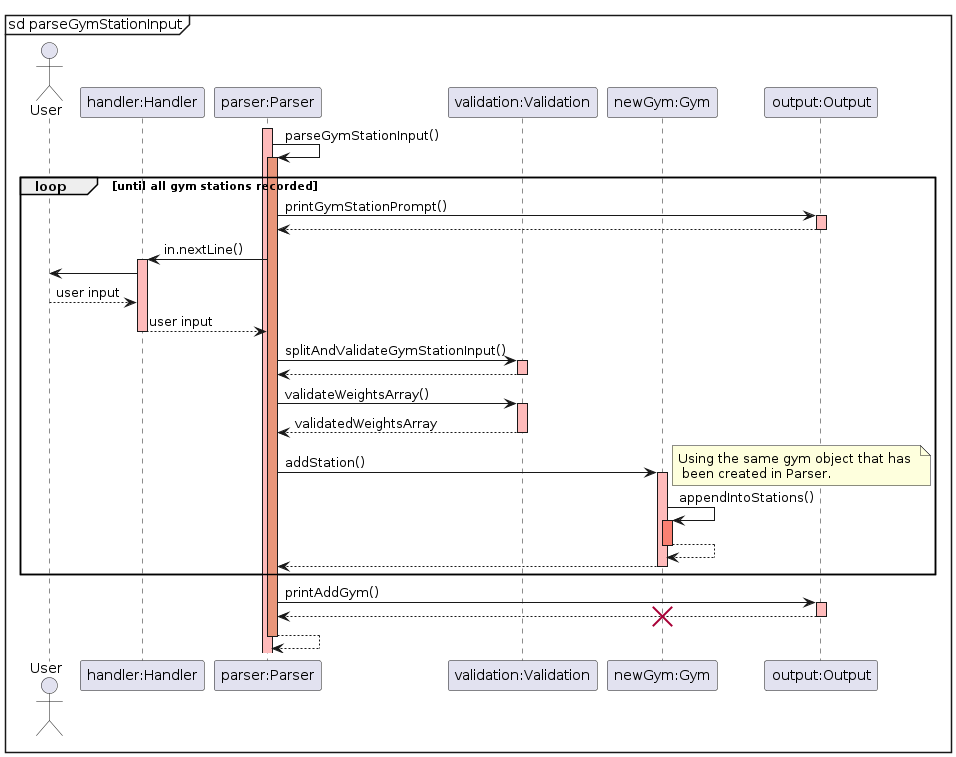
Above: docs/img/sequence_diagrams/gym_station_sequence_diagram.png in rouvinerh/tp (PlantUML), before the change.
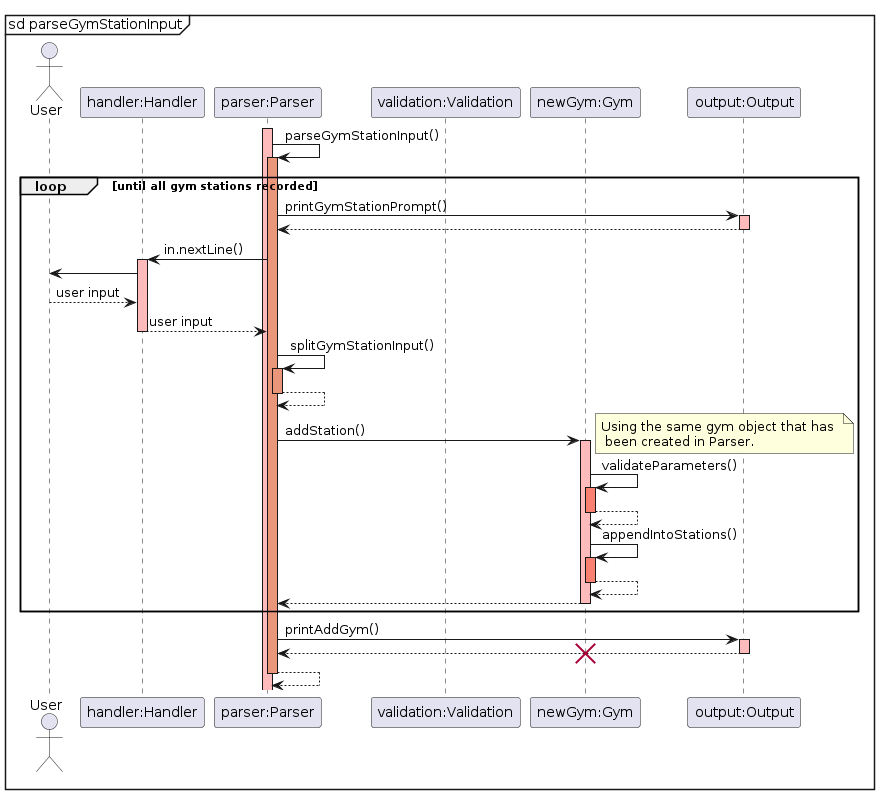
The same file after the commit.

Commit message:
modify seq diagram

Change to the diagram source:
```diff
@@ -22,18 +22,22 @@
             User --> Handler: user input
             Handler --> Parser: user input
             deactivate Handler #FFBBBB
-            Parser -> Validation: splitAndValidateGymStationInput()
-            activate Validation #FFBBBB
-            Validation --> Parser:
+            Parser -> Parser: splitGymStationInput()
+            activate Parser #DarkSalmon
+            Parser --> Parser:
 
-            deactivate Validation #FFBBBB
-            Parser -> Validation: validateWeightsArray()
-            activate Validation #FFBBBB
-            Validation --> Parser: validatedWeightsArray
-            deactivate Validation #FFBBBB
+            deactivate Parser #DarkSalmon
+
             Parser -> Gym: addStation()
             note right : Using the same gym object that has \n been created in Parser.
+
             activate Gym #FFBBBB
+
+            Gym -> Gym: validateParameters()
+            activate Gym #Salmon
+            Gym --> Gym:
+            deactivate Gym #Salmon
+
             Gym -> Gym : appendIntoStations()
             activate Gym #Salmon
             Gym --> Gym :
```
